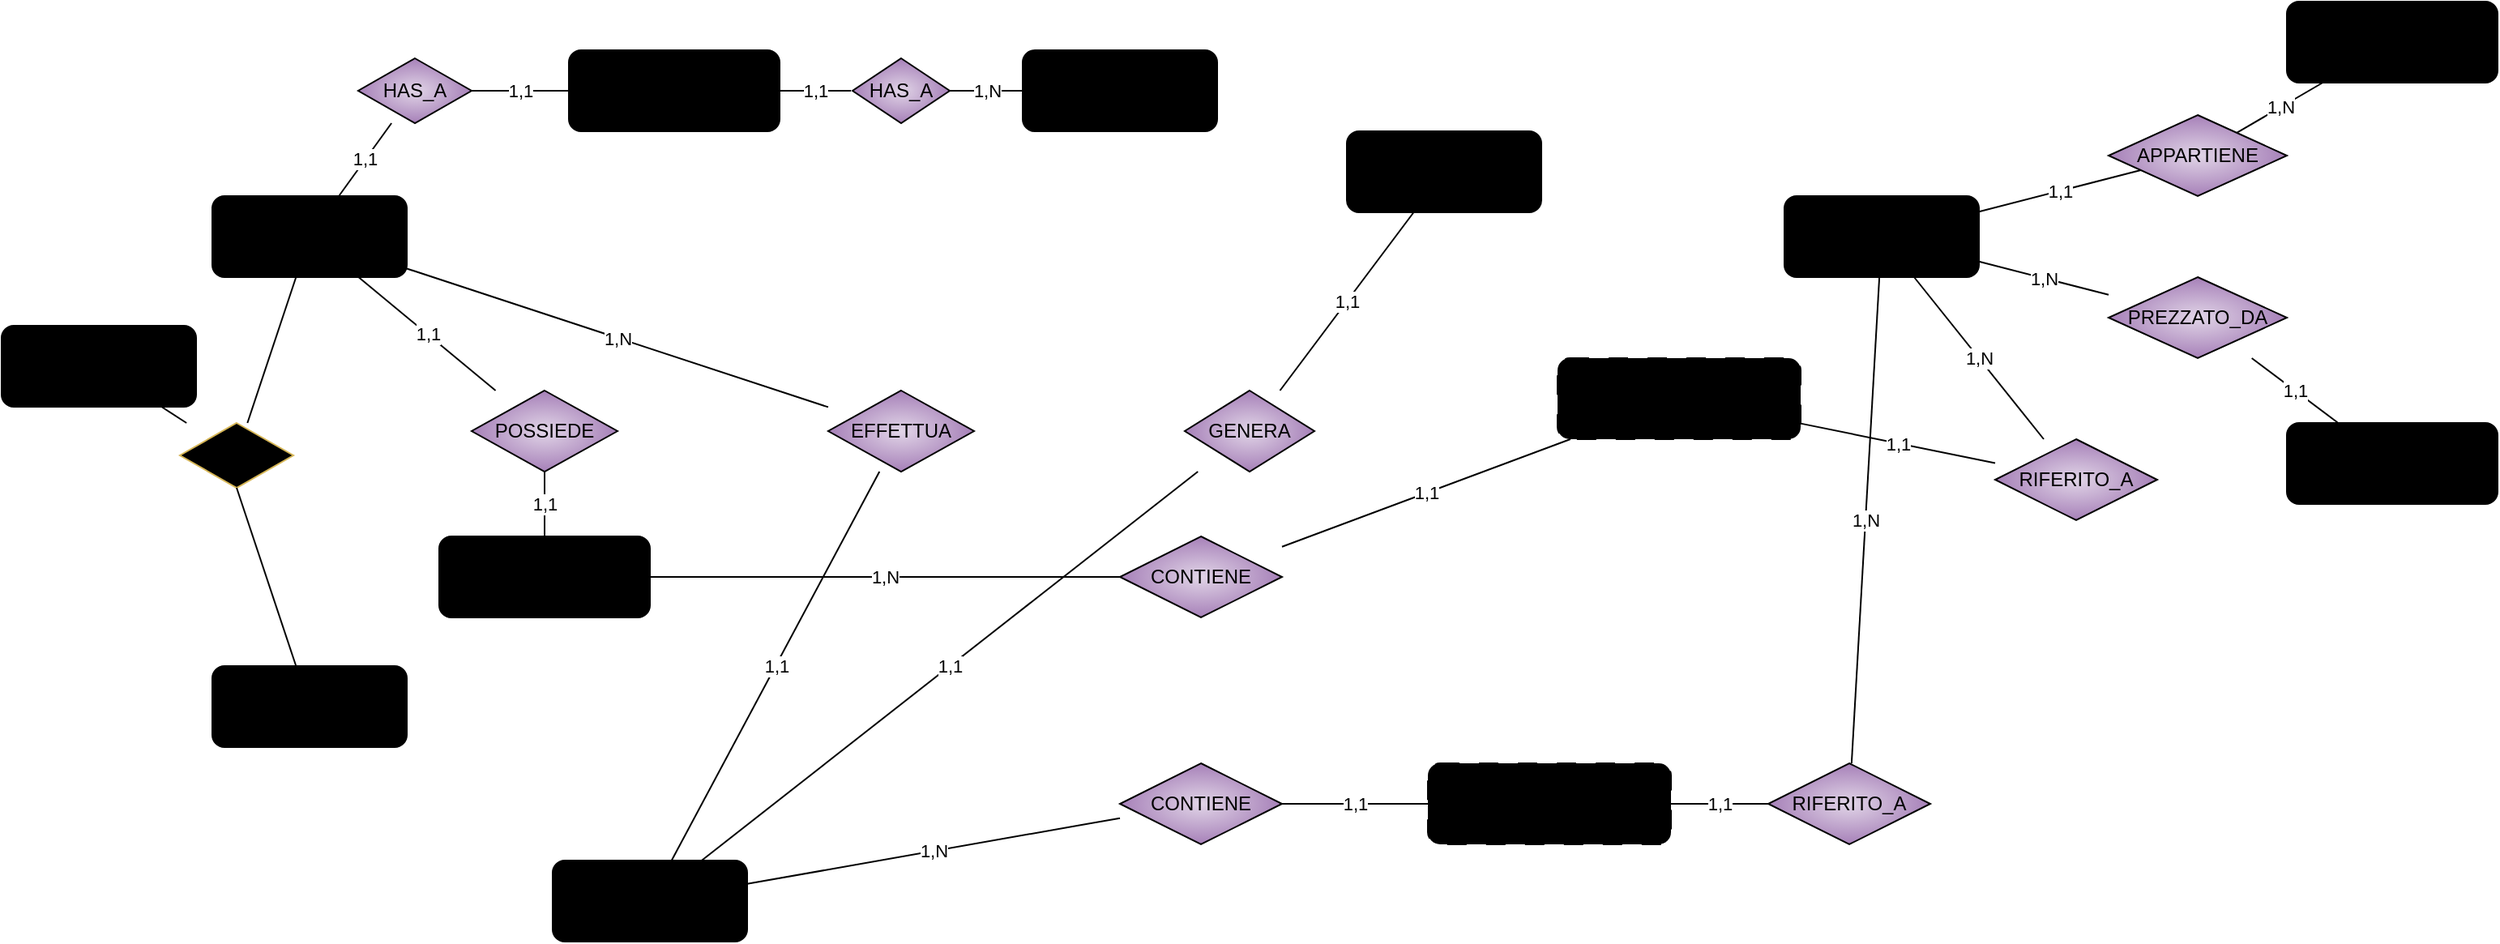
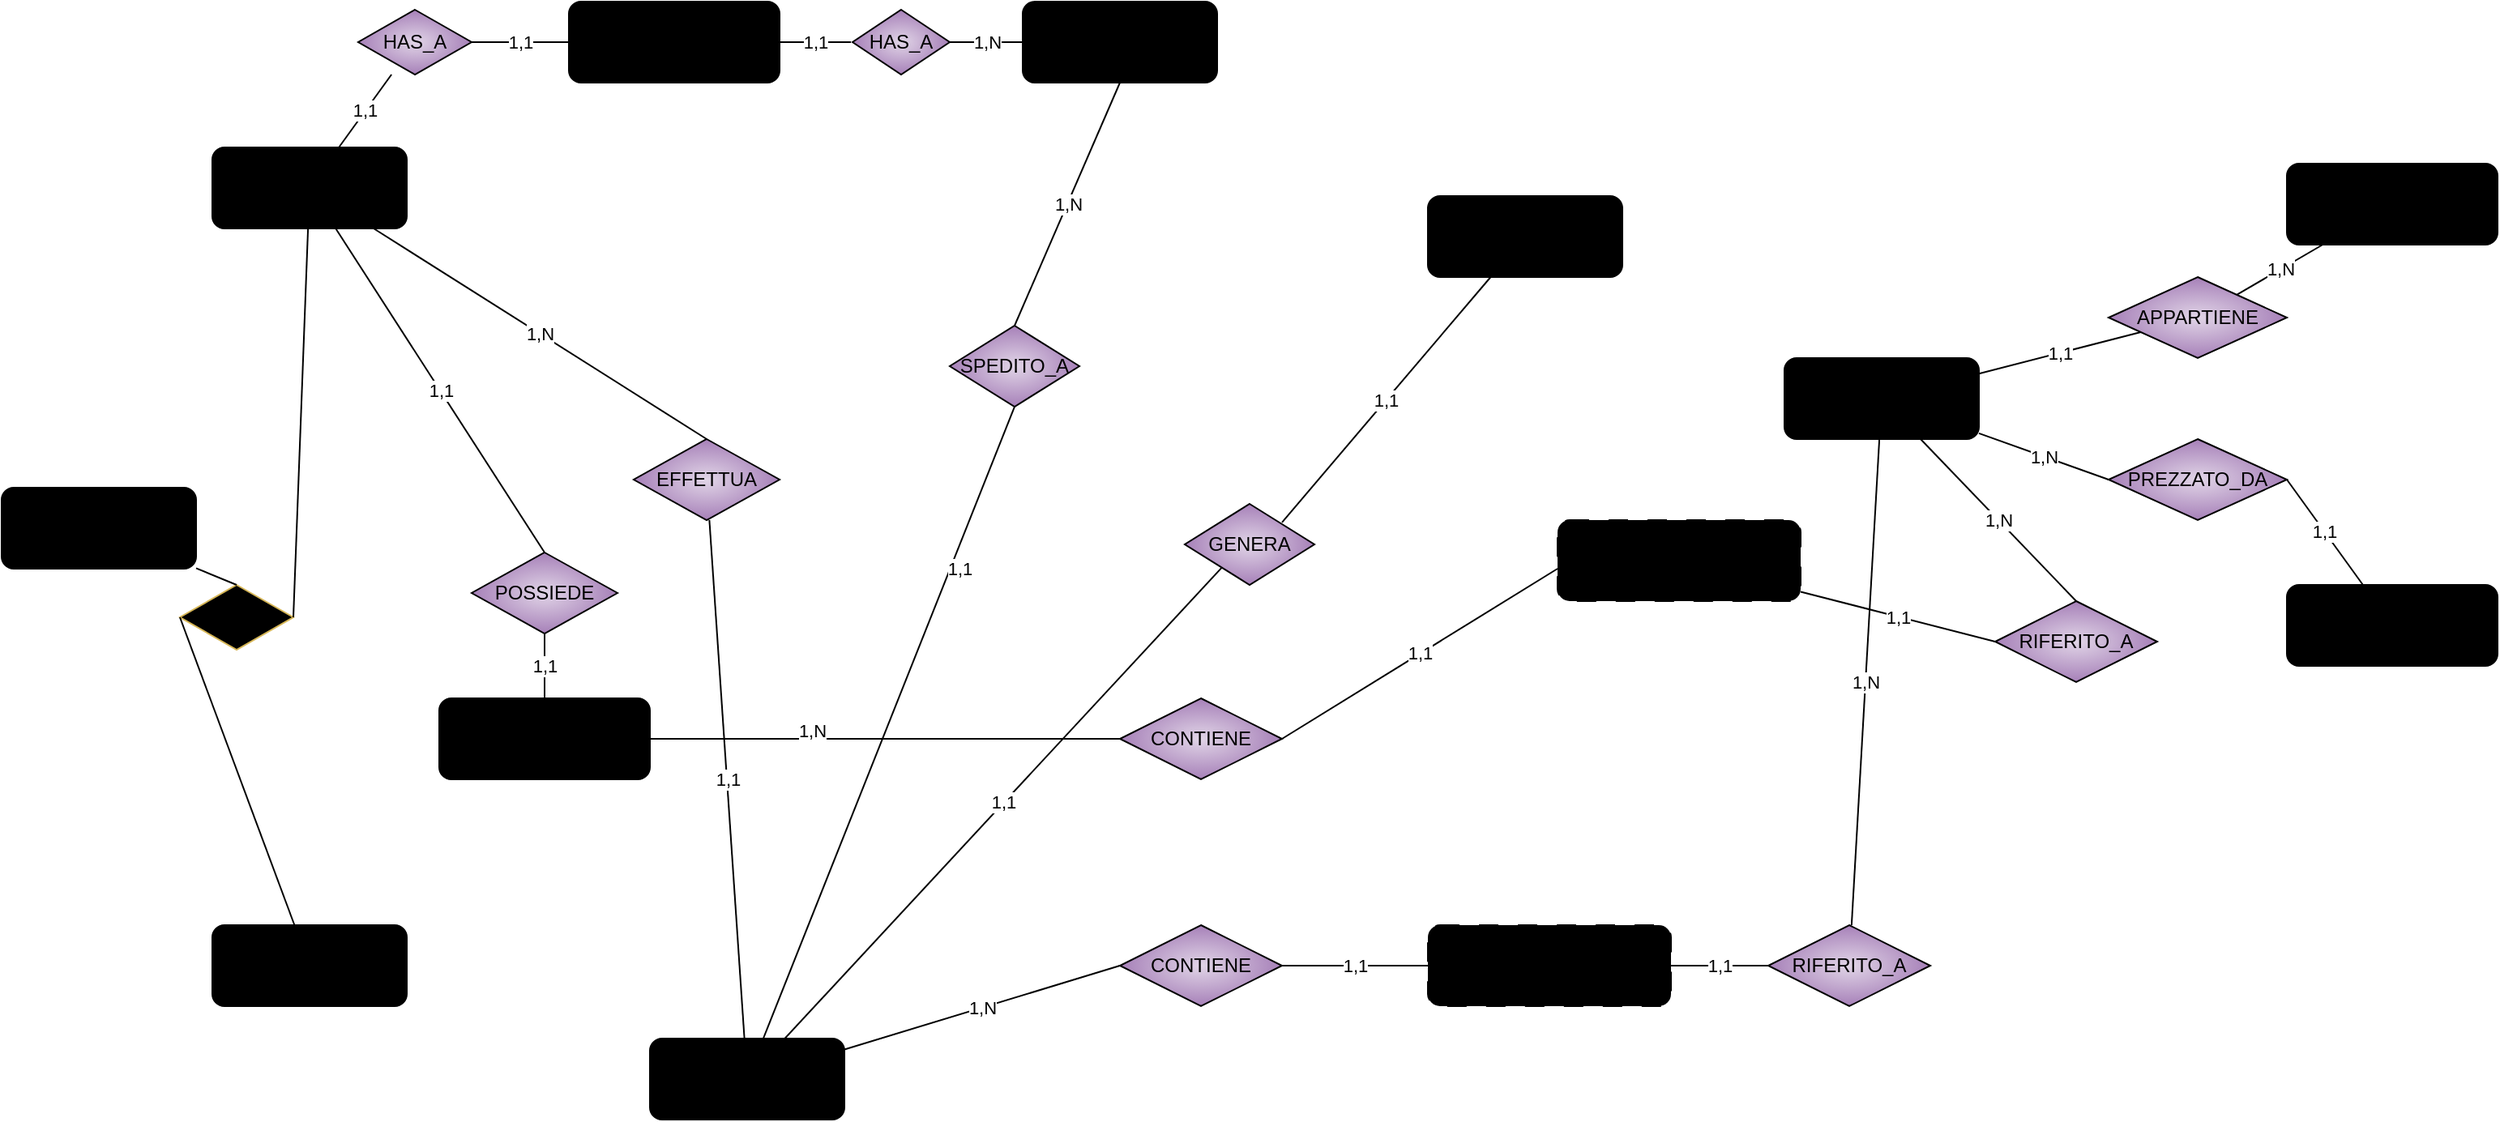
<mxfile host="Electron">
  <diagram name="Ecommerce Chen Model" id="0">
-     <mxGraphModel dx="1940" dy="1042" grid="1" gridSize="10" guides="1" tooltips="1" connect="1" arrows="1" fold="1" page="1" pageScale="1" pageWidth="1600" pageHeight="900" math="0" shadow="0">
+     <mxGraphModel dx="1084" dy="713" grid="1" gridSize="10" guides="1" tooltips="1" connect="1" arrows="1" fold="1" page="1" pageScale="1" pageWidth="1600" pageHeight="900" math="0" shadow="0">
      <root>
        <mxCell id="0" />
        <mxCell id="1" parent="0" />
+         <mxCell id="NaW2sVjNrbBNFprga0dh-3" edge="1" parent="1" source="NaW2sVjNrbBNFprga0dh-1" style="endArrow=none;html=1;labelBackgroundColor=#ffffff;exitX=0.5;exitY=1;exitDx=0;exitDy=0;" target="ordine" value="1,1">
+           <mxGeometry relative="1" x="-0.4956" y="4" as="geometry">
+             <mxPoint x="1" as="offset" />
+             <mxPoint x="620" y="400" as="sourcePoint" />
+             <mxPoint x="910" y="400" as="targetPoint" />
+           </mxGeometry>
+         </mxCell>
        <mxCell id="utente" parent="1" style="shape=rectangle;whiteSpace=wrap;html=1;rounded=1;fontStyle=1;strokeColor=default;align=center;verticalAlign=middle;fontFamily=Helvetica;fontSize=12;fontColor=default;fillColor=light-dark(#FFFFFF,#EDEDED);gradientColor=#67AB9F;gradientDirection=radial;" value="UTENTE" vertex="1">
          <mxGeometry height="50" width="120" x="30" y="410" as="geometry" />
        </mxCell>
        <mxCell id="cliente" parent="1" style="shape=rectangle;whiteSpace=wrap;html=1;rounded=1;fontStyle=1;strokeColor=default;align=center;verticalAlign=middle;fontFamily=Helvetica;fontSize=12;fontColor=default;fillColor=light-dark(#FFFFFF,#EDEDED);gradientColor=#67AB9F;gradientDirection=radial;" value="CLIENTE" vertex="1">
-           <mxGeometry height="50" width="120" x="160" y="330" as="geometry" />
+           <mxGeometry height="50" width="120" x="160" y="200" as="geometry" />
        </mxCell>
        <mxCell id="superadmin" parent="1" style="shape=rectangle;whiteSpace=wrap;html=1;rounded=1;fontStyle=1;strokeColor=default;align=center;verticalAlign=middle;fontFamily=Helvetica;fontSize=12;fontColor=default;fillColor=light-dark(#FFFFFF,#EDEDED);gradientColor=#67AB9F;gradientDirection=radial;" value="SUPERADMIN" vertex="1">
-           <mxGeometry height="50" width="120" x="160" y="620" as="geometry" />
+           <mxGeometry height="50" width="120" x="160" y="680" as="geometry" />
        </mxCell>
        <mxCell id="anagrafica" parent="1" style="shape=rectangle;whiteSpace=wrap;html=1;rounded=1;fontStyle=1;strokeColor=default;align=center;verticalAlign=middle;fontFamily=Helvetica;fontSize=12;fontColor=default;fillColor=light-dark(#FFFFFF,#EDEDED);gradientColor=#67AB9F;gradientDirection=radial;" value="ANAGRAFICA" vertex="1">
-           <mxGeometry height="50" width="130" x="380" y="240" as="geometry" />
+           <mxGeometry height="50" width="130" x="380" y="110" as="geometry" />
        </mxCell>
        <mxCell id="indirizzo" parent="1" style="shape=rectangle;whiteSpace=wrap;html=1;rounded=1;fontStyle=1;strokeColor=default;align=center;verticalAlign=middle;fontFamily=Helvetica;fontSize=12;fontColor=default;fillColor=light-dark(#FFFFFF,#EDEDED);gradientColor=#67AB9F;gradientDirection=radial;" value="INDIRIZZO" vertex="1">
-           <mxGeometry height="50" width="120" x="660" y="240" as="geometry" />
+           <mxGeometry height="50" width="120" x="660" y="110" as="geometry" />
        </mxCell>
        <mxCell id="carrello" parent="1" style="shape=rectangle;whiteSpace=wrap;html=1;rounded=1;fontStyle=1;strokeColor=default;align=center;verticalAlign=middle;fontFamily=Helvetica;fontSize=12;fontColor=default;fillColor=light-dark(#FFFFFF,#EDEDED);gradientColor=#67AB9F;gradientDirection=radial;" value="CARRELLO" vertex="1">
          <mxGeometry height="50" width="130" x="300" y="540" as="geometry" />
        </mxCell>
        <mxCell id="ordine" parent="1" style="shape=rectangle;whiteSpace=wrap;html=1;rounded=1;fontStyle=1;strokeColor=default;align=center;verticalAlign=middle;fontFamily=Helvetica;fontSize=12;fontColor=default;fillColor=light-dark(#FFFFFF,#EDEDED);gradientColor=#67AB9F;gradientDirection=radial;" value="ORDINE" vertex="1">
-           <mxGeometry height="50" width="120" x="370" y="740" as="geometry" />
+           <mxGeometry height="50" width="120" x="430" y="750" as="geometry" />
        </mxCell>
        <mxCell id="fattura" parent="1" style="shape=rectangle;whiteSpace=wrap;html=1;rounded=1;fontStyle=1;strokeColor=default;align=center;verticalAlign=middle;fontFamily=Helvetica;fontSize=12;fontColor=default;fillColor=light-dark(#FFFFFF,#EDEDED);gradientColor=#67AB9F;gradientDirection=radial;" value="FATTURA" vertex="1">
-           <mxGeometry height="50" width="120" x="860" y="290" as="geometry" />
+           <mxGeometry height="50" width="120" x="910" y="230" as="geometry" />
        </mxCell>
        <mxCell id="prodotto" parent="1" style="shape=rectangle;whiteSpace=wrap;html=1;rounded=1;fontStyle=1;strokeColor=default;align=center;verticalAlign=middle;fontFamily=Helvetica;fontSize=12;fontColor=default;fillColor=light-dark(#FFFFFF,#EDEDED);gradientColor=#67AB9F;gradientDirection=radial;" value="PRODOTTO" vertex="1">
          <mxGeometry height="50" width="120" x="1130" y="330" as="geometry" />
        </mxCell>
        <mxCell id="categoria" parent="1" style="shape=rectangle;whiteSpace=wrap;html=1;rounded=1;fontStyle=1;strokeColor=default;align=center;verticalAlign=middle;fontFamily=Helvetica;fontSize=12;fontColor=default;fillColor=light-dark(#FFFFFF,#EDEDED);gradientColor=#67AB9F;gradientDirection=radial;" value="CATEGORIA" vertex="1">
          <mxGeometry height="50" width="130" x="1440" y="210" as="geometry" />
        </mxCell>
        <mxCell id="listino" parent="1" style="shape=rectangle;whiteSpace=wrap;html=1;rounded=1;fontStyle=1;fillColor=light-dark(#FFFFFF,#EDEDED);gradientColor=#67AB9F;gradientDirection=radial;" value="LISTINO" vertex="1">
          <mxGeometry height="50" width="130" x="1440" y="470" as="geometry" />
        </mxCell>
        <mxCell id="rigacarrello" parent="1" style="shape=rectangle;whiteSpace=wrap;html=1;rounded=1;fontStyle=1;strokeColor=default;align=center;verticalAlign=middle;fontFamily=Helvetica;fontSize=12;fontColor=default;fillColor=light-dark(#FFFFFF,#EDEDED);gradientColor=#E6E6E6;gradientDirection=radial;dashed=1;dashPattern=12 12;" value="RIGA_CARRELLO" vertex="1">
          <mxGeometry height="50" width="150" x="990" y="430" as="geometry" />
        </mxCell>
        <mxCell id="rigaordine" parent="1" style="shape=rectangle;whiteSpace=wrap;html=1;rounded=1;fontStyle=1;strokeColor=default;align=center;verticalAlign=middle;fontFamily=Helvetica;fontSize=12;fontColor=default;fillColor=light-dark(#FFFFFF,#EDEDED);gradientColor=#E6E6E6;gradientDirection=radial;dashed=1;dashPattern=12 12;" value="RIGA_ORDINE" vertex="1">
          <mxGeometry height="50" width="150" x="910" y="680" as="geometry" />
        </mxCell>
-         <mxCell id="r_is_a_cli" parent="1" style="shape=rhombus;whiteSpace=wrap;html=1;fontStyle=1;fillColor=#FFFFFF;strokeColor=#d6b656;gradientColor=light-dark(#E8BF00,#EDEDED);" value="IS_&lt;span style=&quot;background-color: transparent; color: light-dark(rgb(0, 0, 0), rgb(255, 255, 255));&quot;&gt;A&lt;/span&gt;" vertex="1">
+         <mxCell id="r_is_a_cli" parent="1" style="shape=rhombus;whiteSpace=wrap;html=1;fontStyle=1;fillColor=#FFFFFF;strokeColor=#d6b656;gradientColor=light-dark(#E8BF00,#EDEDED);rotation=0;" value="IS_&lt;span style=&quot;background-color: transparent; color: light-dark(rgb(0, 0, 0), rgb(255, 255, 255));&quot;&gt;A&lt;/span&gt;" vertex="1">
          <mxGeometry height="40" width="70" x="140" y="470" as="geometry" />
        </mxCell>
        <mxCell id="r_has_anag" parent="1" style="shape=rhombus;whiteSpace=wrap;html=1;strokeColor=#000000;align=center;verticalAlign=middle;fontFamily=Helvetica;fontSize=12;fontColor=default;fillColor=#e1d5e7;gradientColor=#A680B8;gradientDirection=radial;" value="HAS_A" vertex="1">
-           <mxGeometry height="40" width="70" x="250" y="245" as="geometry" />
+           <mxGeometry height="40" width="70" x="250" y="115" as="geometry" />
        </mxCell>
        <mxCell id="r_has_ind" parent="1" style="shape=rhombus;whiteSpace=wrap;html=1;strokeColor=#000000;align=center;verticalAlign=middle;fontFamily=Helvetica;fontSize=12;fontColor=default;fillColor=#e1d5e7;gradientColor=#A680B8;gradientDirection=radial;" value="HAS_A" vertex="1">
-           <mxGeometry height="40" width="60" x="555" y="245" as="geometry" />
+           <mxGeometry height="40" width="60" x="555" y="115" as="geometry" />
        </mxCell>
        <mxCell id="r_possiede" parent="1" style="shape=rhombus;whiteSpace=wrap;html=1;strokeColor=#000000;align=center;verticalAlign=middle;fontFamily=Helvetica;fontSize=12;fontColor=default;fillColor=#e1d5e7;gradientColor=#A680B8;gradientDirection=radial;" value="POSSIEDE" vertex="1">
          <mxGeometry height="50" width="90" x="320" y="450" as="geometry" />
        </mxCell>
        <mxCell id="r_effettua" parent="1" style="shape=rhombus;whiteSpace=wrap;html=1;strokeColor=#000000;align=center;verticalAlign=middle;fontFamily=Helvetica;fontSize=12;fontColor=default;fillColor=#e1d5e7;gradientColor=#A680B8;gradientDirection=radial;" value="EFFETTUA" vertex="1">
-           <mxGeometry height="50" width="90" x="540" y="450" as="geometry" />
+           <mxGeometry height="50" width="90" x="420" y="380" as="geometry" />
        </mxCell>
        <mxCell id="r_genera" parent="1" style="shape=rhombus;whiteSpace=wrap;html=1;strokeColor=#000000;align=center;verticalAlign=middle;fontFamily=Helvetica;fontSize=12;fontColor=default;fillColor=#e1d5e7;gradientColor=#A680B8;gradientDirection=radial;" value="GENERA" vertex="1">
-           <mxGeometry height="50" width="80" x="760" y="450" as="geometry" />
+           <mxGeometry height="50" width="80" x="760" y="420" as="geometry" />
        </mxCell>
        <mxCell id="r_contiene_car" parent="1" style="shape=rhombus;whiteSpace=wrap;html=1;strokeColor=#000000;align=center;verticalAlign=middle;fontFamily=Helvetica;fontSize=12;fontColor=default;fillColor=#e1d5e7;gradientColor=#A680B8;gradientDirection=radial;" value="CONTIENE" vertex="1">
          <mxGeometry height="50" width="100" x="720" y="540" as="geometry" />
        </mxCell>
        <mxCell id="r_rif_car" parent="1" style="shape=rhombus;whiteSpace=wrap;html=1;strokeColor=#000000;align=center;verticalAlign=middle;fontFamily=Helvetica;fontSize=12;fontColor=default;fillColor=#e1d5e7;gradientColor=#A680B8;gradientDirection=radial;" value="RIFERITO_A" vertex="1">
          <mxGeometry height="50" width="100" x="1260" y="480" as="geometry" />
        </mxCell>
        <mxCell id="r_contiene_ord" parent="1" style="shape=rhombus;whiteSpace=wrap;html=1;strokeColor=#000000;align=center;verticalAlign=middle;fontFamily=Helvetica;fontSize=12;fontColor=default;fillColor=#e1d5e7;gradientColor=#A680B8;gradientDirection=radial;" value="CONTIENE" vertex="1">
          <mxGeometry height="50" width="100" x="720" y="680" as="geometry" />
        </mxCell>
        <mxCell id="r_rif_ord" parent="1" style="shape=rhombus;whiteSpace=wrap;html=1;strokeColor=#000000;align=center;verticalAlign=middle;fontFamily=Helvetica;fontSize=12;fontColor=default;fillColor=#e1d5e7;gradientColor=#A680B8;gradientDirection=radial;" value="RIFERITO_A" vertex="1">
          <mxGeometry height="50" width="100" x="1120" y="680" as="geometry" />
        </mxCell>
        <mxCell id="r_appartiene" parent="1" style="shape=rhombus;perimeter=rhombusPerimeter;whiteSpace=wrap;html=1;align=center;fillColor=#e1d5e7;strokeColor=#000000;gradientColor=#A680B8;gradientDirection=radial;" value="APPARTIENE" vertex="1">
          <mxGeometry height="50" width="110" x="1330" y="280" as="geometry" />
        </mxCell>
        <mxCell id="r_prezzato" parent="1" style="shape=rhombus;whiteSpace=wrap;html=1;strokeColor=#000000;align=center;verticalAlign=middle;fontFamily=Helvetica;fontSize=12;fontColor=default;fillColor=#e1d5e7;gradientColor=#A680B8;gradientDirection=radial;" value="PREZZATO_DA" vertex="1">
          <mxGeometry height="50" width="110" x="1330" y="380" as="geometry" />
        </mxCell>
-         <mxCell id="e1" edge="1" parent="1" source="utente" style="endArrow=none;html=1;" target="r_is_a_cli">
+         <mxCell id="e1" edge="1" parent="1" source="utente" style="endArrow=none;html=1;entryX=0.5;entryY=0;entryDx=0;entryDy=0;" target="r_is_a_cli">
          <mxGeometry relative="1" as="geometry" />
        </mxCell>
-         <mxCell id="e2" edge="1" parent="1" source="r_is_a_cli" style="endArrow=none;html=1;" target="cliente">
+         <mxCell id="e2" edge="1" parent="1" source="r_is_a_cli" style="endArrow=none;html=1;exitX=1;exitY=0.5;exitDx=0;exitDy=0;" target="cliente">
          <mxGeometry relative="1" as="geometry" />
        </mxCell>
-         <mxCell id="e4" edge="1" parent="1" source="r_is_a_cli" style="endArrow=none;html=1;exitX=0.5;exitY=1;exitDx=0;exitDy=0;" target="superadmin">
+         <mxCell id="e4" edge="1" parent="1" source="r_is_a_cli" style="endArrow=none;html=1;exitX=0;exitY=0.5;exitDx=0;exitDy=0;" target="superadmin">
          <mxGeometry relative="1" as="geometry">
            <mxPoint x="124.09090909090924" y="600" as="sourcePoint" />
          </mxGeometry>
        </mxCell>
        <mxCell id="e5" edge="1" parent="1" source="cliente" style="endArrow=none;html=1;labelBackgroundColor=#ffffff;" target="r_has_anag" value="1,1">
          <mxGeometry relative="1" as="geometry" />
        </mxCell>
        <mxCell id="e6" edge="1" parent="1" source="r_has_anag" style="endArrow=none;html=1;labelBackgroundColor=#ffffff;" target="anagrafica" value="1,1">
          <mxGeometry relative="1" as="geometry" />
        </mxCell>
        <mxCell id="e7" edge="1" parent="1" source="anagrafica" style="endArrow=none;html=1;labelBackgroundColor=#ffffff;exitX=1;exitY=0.5;exitDx=0;exitDy=0;" value="1,1">
          <mxGeometry relative="1" as="geometry">
-             <mxPoint x="509" y="265" as="sourcePoint" />
-             <mxPoint x="554" y="265" as="targetPoint" />
+             <mxPoint x="509" y="135" as="sourcePoint" />
+             <mxPoint x="554" y="135" as="targetPoint" />
          </mxGeometry>
        </mxCell>
        <mxCell id="e8" edge="1" parent="1" source="r_has_ind" style="endArrow=none;html=1;labelBackgroundColor=#ffffff;" target="indirizzo" value="1,N">
          <mxGeometry relative="1" as="geometry" />
        </mxCell>
-         <mxCell id="e9" edge="1" parent="1" source="cliente" style="endArrow=none;html=1;labelBackgroundColor=#ffffff;" target="r_possiede" value="1,1">
+         <mxCell id="e9" edge="1" parent="1" source="cliente" style="endArrow=none;html=1;labelBackgroundColor=#ffffff;entryX=0.5;entryY=0;entryDx=0;entryDy=0;" target="r_possiede" value="1,1">
          <mxGeometry relative="1" as="geometry" />
        </mxCell>
        <mxCell id="e10" edge="1" parent="1" source="r_possiede" style="endArrow=none;html=1;labelBackgroundColor=#ffffff;" target="carrello" value="1,1">
          <mxGeometry relative="1" as="geometry" />
        </mxCell>
-         <mxCell id="e11" edge="1" parent="1" source="cliente" style="endArrow=none;html=1;labelBackgroundColor=#ffffff;" target="r_effettua" value="1,N">
+         <mxCell id="e11" edge="1" parent="1" source="cliente" style="endArrow=none;html=1;labelBackgroundColor=#ffffff;entryX=0.5;entryY=0;entryDx=0;entryDy=0;" target="r_effettua" value="1,N">
          <mxGeometry relative="1" as="geometry" />
        </mxCell>
        <mxCell id="e12" edge="1" parent="1" source="r_effettua" style="endArrow=none;html=1;labelBackgroundColor=#ffffff;" target="ordine" value="1,1">
          <mxGeometry relative="1" as="geometry" />
        </mxCell>
-         <mxCell id="e13" edge="1" parent="1" source="ordine" style="endArrow=none;html=1;labelBackgroundColor=#ffffff;" target="r_genera" value="1,1">
+         <mxCell id="e13" edge="1" parent="1" source="ordine" style="endArrow=none;html=1;labelBackgroundColor=#ffffff;entryX=0.287;entryY=0.784;entryDx=0;entryDy=0;entryPerimeter=0;" target="r_genera" value="1,1">
          <mxGeometry relative="1" as="geometry" />
        </mxCell>
-         <mxCell id="e14" edge="1" parent="1" source="r_genera" style="endArrow=none;html=1;labelBackgroundColor=#ffffff;" target="fattura" value="1,1">
+         <mxCell id="e14" edge="1" parent="1" source="r_genera" style="endArrow=none;html=1;labelBackgroundColor=#ffffff;exitX=0.75;exitY=0.228;exitDx=0;exitDy=0;exitPerimeter=0;" target="fattura" value="1,1">
          <mxGeometry relative="1" as="geometry" />
        </mxCell>
        <mxCell id="e15" edge="1" parent="1" source="carrello" style="endArrow=none;html=1;labelBackgroundColor=#ffffff;" target="r_contiene_car" value="1,N">
+           <mxGeometry relative="1" x="-0.3103" y="5" as="geometry">
+             <mxPoint as="offset" />
+           </mxGeometry>
+         </mxCell>
+         <mxCell id="e16" edge="1" parent="1" source="r_contiene_car" style="endArrow=none;html=1;labelBackgroundColor=#ffffff;exitX=1;exitY=0.5;exitDx=0;exitDy=0;entryX=0;entryY=0.6;entryDx=0;entryDy=0;entryPerimeter=0;" target="rigacarrello" value="1,1">
          <mxGeometry relative="1" as="geometry" />
        </mxCell>
-         <mxCell id="e16" edge="1" parent="1" source="r_contiene_car" style="endArrow=none;html=1;labelBackgroundColor=#ffffff;" target="rigacarrello" value="1,1">
+         <mxCell id="e17" edge="1" parent="1" source="prodotto" style="endArrow=none;html=1;labelBackgroundColor=#ffffff;entryX=0.5;entryY=0;entryDx=0;entryDy=0;" target="r_rif_car" value="1,N">
          <mxGeometry relative="1" as="geometry" />
        </mxCell>
-         <mxCell id="e17" edge="1" parent="1" source="prodotto" style="endArrow=none;html=1;labelBackgroundColor=#ffffff;" target="r_rif_car" value="1,N">
+         <mxCell id="e18" edge="1" parent="1" source="r_rif_car" style="endArrow=none;html=1;labelBackgroundColor=#ffffff;exitX=0;exitY=0.5;exitDx=0;exitDy=0;" target="rigacarrello" value="1,1">
          <mxGeometry relative="1" as="geometry" />
        </mxCell>
-         <mxCell id="e18" edge="1" parent="1" source="r_rif_car" style="endArrow=none;html=1;labelBackgroundColor=#ffffff;" target="rigacarrello" value="1,1">
-           <mxGeometry relative="1" as="geometry" />
-         </mxCell>
-         <mxCell id="e19" edge="1" parent="1" source="ordine" style="endArrow=none;html=1;labelBackgroundColor=#ffffff;" target="r_contiene_ord" value="1,N">
+         <mxCell id="e19" edge="1" parent="1" source="ordine" style="endArrow=none;html=1;labelBackgroundColor=#ffffff;entryX=0;entryY=0.5;entryDx=0;entryDy=0;" target="r_contiene_ord" value="1,N">
          <mxGeometry relative="1" as="geometry" />
        </mxCell>
        <mxCell id="e20" edge="1" parent="1" source="r_contiene_ord" style="endArrow=none;html=1;labelBackgroundColor=#ffffff;" target="rigaordine" value="1,1">
          <mxGeometry relative="1" as="geometry" />
        </mxCell>
        <mxCell id="e21" edge="1" parent="1" source="prodotto" style="endArrow=none;html=1;labelBackgroundColor=#ffffff;" target="r_rif_ord" value="1,N">
          <mxGeometry relative="1" as="geometry" />
        </mxCell>
        <mxCell id="e22" edge="1" parent="1" source="r_rif_ord" style="endArrow=none;html=1;labelBackgroundColor=#ffffff;" target="rigaordine" value="1,1">
          <mxGeometry relative="1" as="geometry" />
        </mxCell>
        <mxCell id="e23" edge="1" parent="1" source="categoria" style="endArrow=none;html=1;labelBackgroundColor=#ffffff;" target="r_appartiene" value="1,N">
          <mxGeometry relative="1" as="geometry" />
        </mxCell>
        <mxCell id="e24" edge="1" parent="1" source="r_appartiene" style="endArrow=none;html=1;labelBackgroundColor=#ffffff;" target="prodotto" value="1,1">
          <mxGeometry relative="1" as="geometry" />
        </mxCell>
-         <mxCell id="e25" edge="1" parent="1" source="prodotto" style="endArrow=none;html=1;labelBackgroundColor=#ffffff;" target="r_prezzato" value="1,N">
+         <mxCell id="e25" edge="1" parent="1" source="prodotto" style="endArrow=none;html=1;labelBackgroundColor=#ffffff;entryX=0;entryY=0.5;entryDx=0;entryDy=0;" target="r_prezzato" value="1,N">
          <mxGeometry relative="1" as="geometry" />
        </mxCell>
-         <mxCell id="e26" edge="1" parent="1" source="r_prezzato" style="endArrow=none;html=1;labelBackgroundColor=#ffffff;" target="listino" value="1,1">
+         <mxCell id="e26" edge="1" parent="1" source="r_prezzato" style="endArrow=none;html=1;labelBackgroundColor=#ffffff;exitX=1;exitY=0.5;exitDx=0;exitDy=0;" target="listino" value="1,1">
          <mxGeometry relative="1" as="geometry" />
+         </mxCell>
+         <mxCell id="NaW2sVjNrbBNFprga0dh-1" parent="1" style="shape=rhombus;whiteSpace=wrap;html=1;strokeColor=#000000;align=center;verticalAlign=middle;fontFamily=Helvetica;fontSize=12;fontColor=default;fillColor=#e1d5e7;gradientColor=#A680B8;gradientDirection=radial;" value="SPEDITO_A" vertex="1">
+           <mxGeometry height="50" width="80" x="615" y="310" as="geometry" />
+         </mxCell>
+         <mxCell id="NaW2sVjNrbBNFprga0dh-2" edge="1" parent="1" source="indirizzo" style="endArrow=none;html=1;labelBackgroundColor=#ffffff;exitX=0.5;exitY=1;exitDx=0;exitDy=0;entryX=0.5;entryY=0;entryDx=0;entryDy=0;" target="NaW2sVjNrbBNFprga0dh-1" value="1,N">
+           <mxGeometry relative="1" as="geometry">
+             <mxPoint x="560" y="243" as="sourcePoint" />
+             <mxPoint x="850" y="243" as="targetPoint" />
+           </mxGeometry>
        </mxCell>
      </root>
    </mxGraphModel>
  </diagram>
</mxfile>
